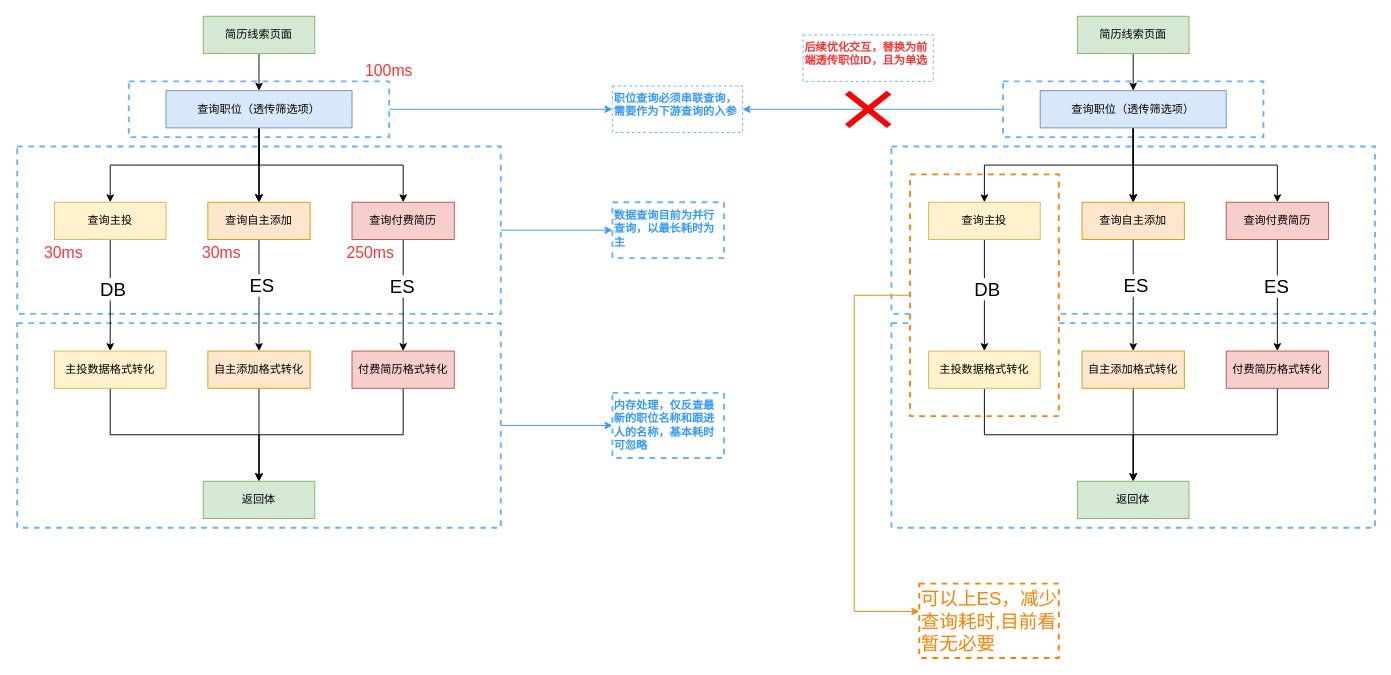
This is 简历线索索引合并.drawio from LuOyEbY/draw-b, a draw.io file, before an edit. Source tidied: cells renumbered, new cells numbered last; positions are measured from the earlier drawing's top-left corner, leaving out a move shared by most shapes. Both pictures are drawn from the tidied source at 93%, with x=0, y=0 at pixel (17, 16).
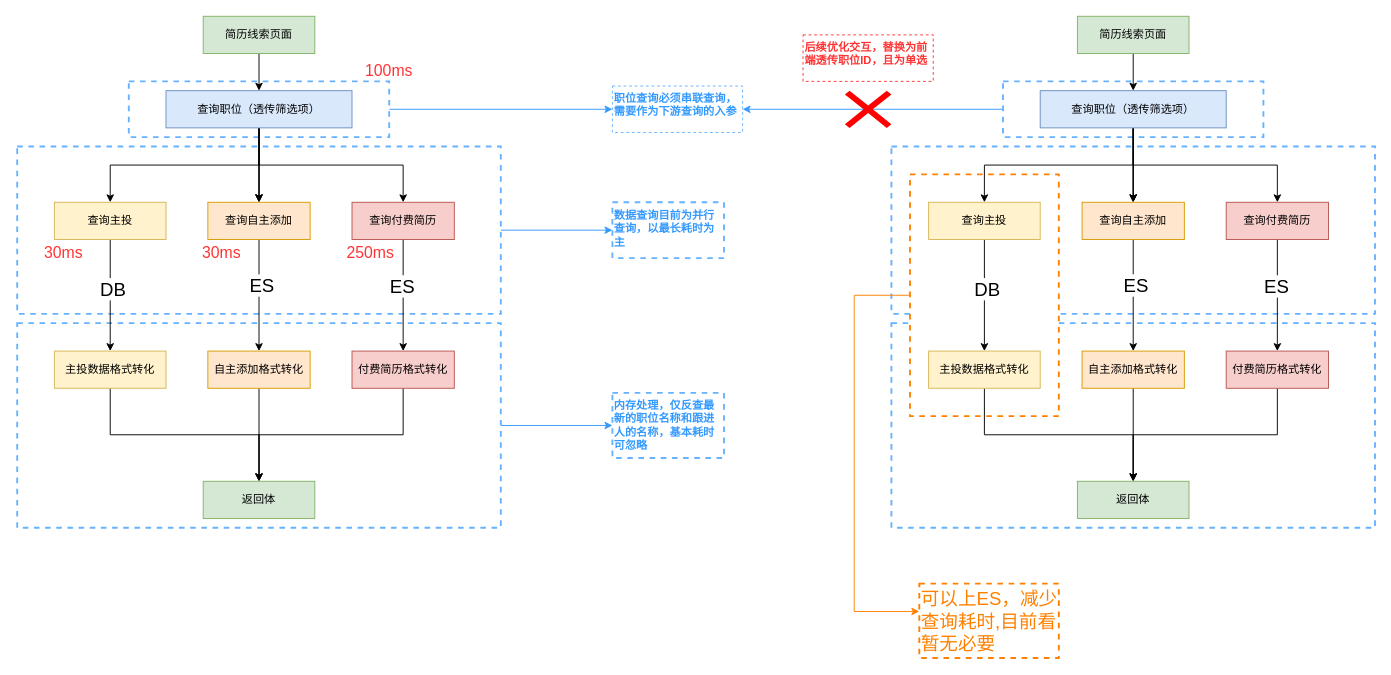
The same page after the edit.

Commit message:
更新简历线索索引合并.drawio

Diff of the diagram source:
```diff
@@
-    <mxCell id="66" value="后续优化交互，替换为前端透传职位ID，且为单选" style="whiteSpace=wrap;html=1;strokeColor=#66B2FF;rounded=0;dashed=1;strokeWidth=1;align=left;verticalAlign=top;fontColor=#FF3333;fontStyle=1;" parent="1" vertex="1">
+    <mxCell id="66" value="后续优化交互，替换为前端透传职位ID，且为单选" style="whiteSpace=wrap;html=1;strokeColor=#FF3333;rounded=0;dashed=1;strokeWidth=1;align=left;verticalAlign=top;fontColor=#FF3333;fontStyle=1;" parent="1" vertex="1">
       <mxGeometry x="845" y="20" width="140" height="50" as="geometry" />
     </mxCell>
```
